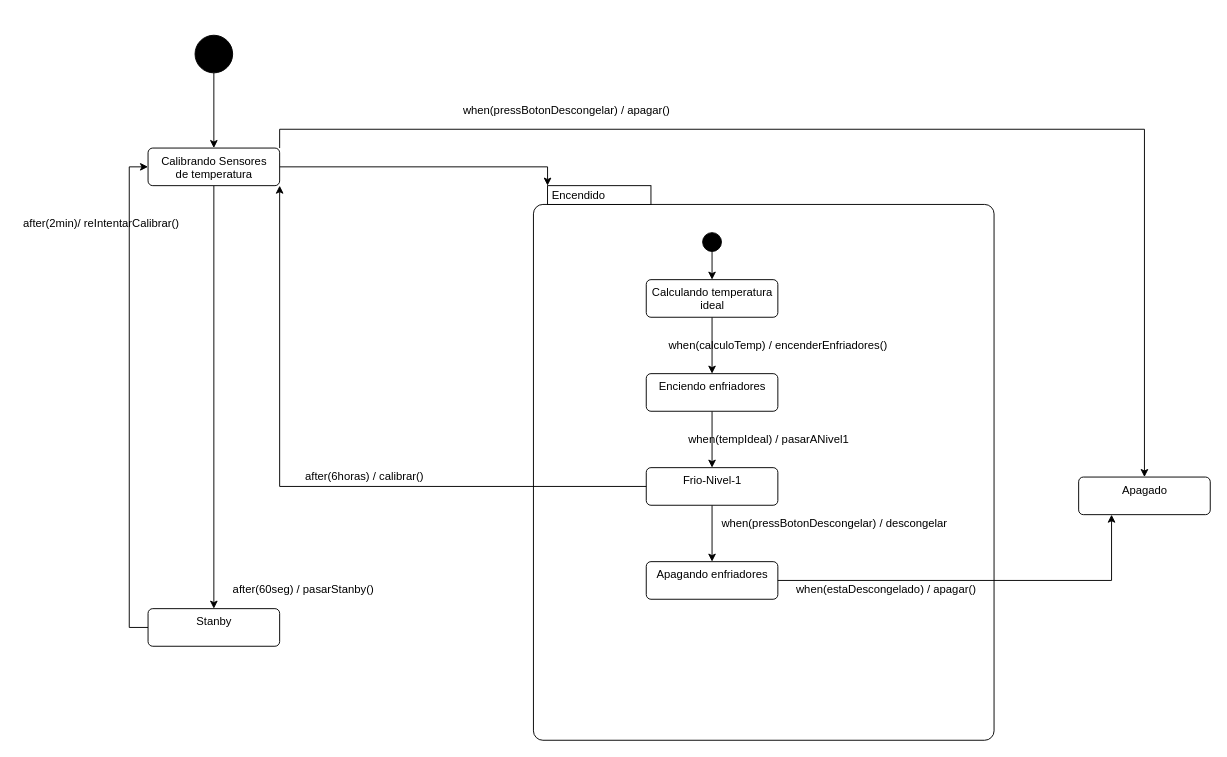
Above: FreezerInteligente.drawio in Luchit0-afk/Diagramas (draw.io), before the change. Source tidied: cells renumbered, new cells numbered last; positions are measured from the earlier drawing's top-left corner, leaving out a move shared by most shapes. Both pictures are drawn from the tidied source at 94%, with x=0, y=0 at pixel (16, 35).
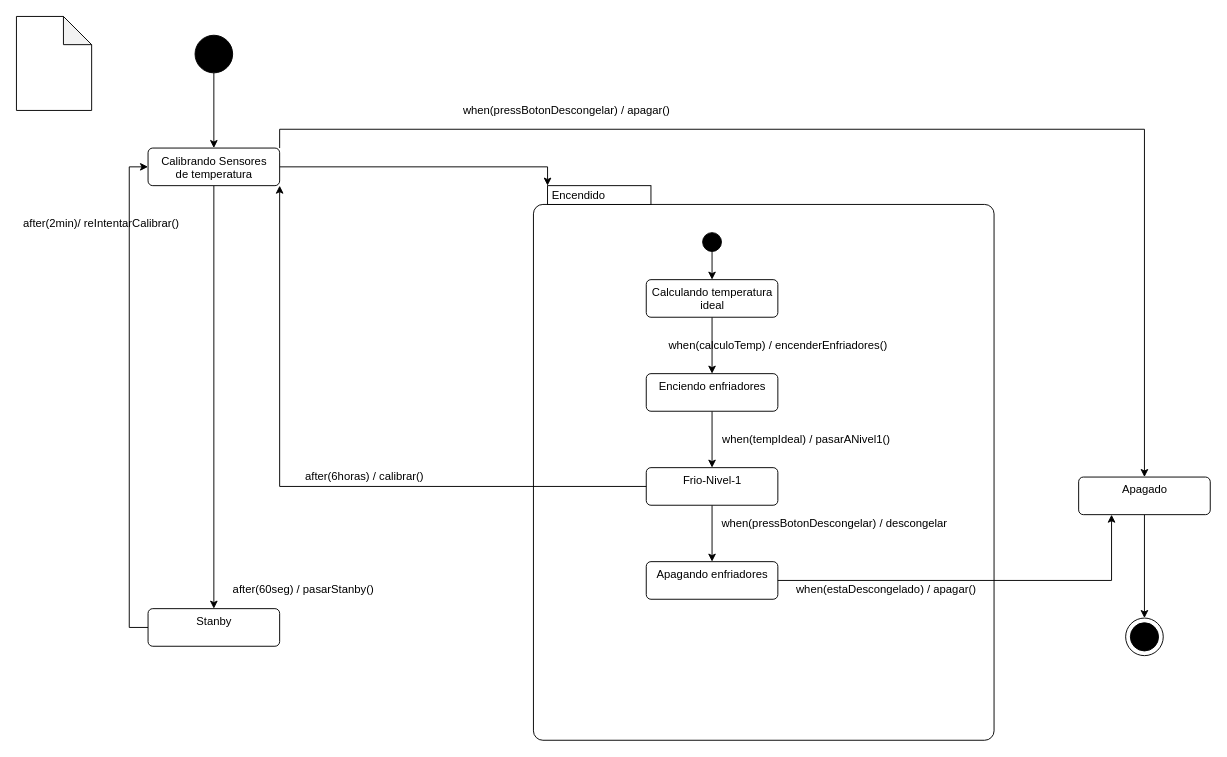
The same diagram, later.

Unchanged cells that the change refers to:
```xml
<mxCell id="12" value="Encendido" style="shape=mxgraph.sysml.compState;align=left;verticalAlign=top;spacingTop=-3;spacingLeft=18;strokeWidth=1;" parent="1" vertex="1">
  <mxGeometry x="550" y="160" width="490" height="590" as="geometry" />
</mxCell>
<mxCell id="26" value="Apagado" style="html=1;align=center;verticalAlign=top;rounded=1;absoluteArcSize=1;arcSize=10;dashed=0;" parent="1" vertex="1">
  <mxGeometry x="1130" y="470" width="140" height="40" as="geometry" />
</mxCell>
```

What changed in the source:
```diff
@@
-    <mxCell id="22" value="when(tempIdeal) / pasarANivel1" style="text;html=1;align=center;verticalAlign=middle;strokeColor=none;" parent="12" vertex="1">
-      <mxGeometry x="155" y="260" width="190" height="20" as="geometry" />
+    <mxCell id="22" value="when(tempIdeal) / pasarANivel1()" style="text;html=1;align=center;verticalAlign=middle;strokeColor=none;" parent="12" vertex="1">
+      <mxGeometry x="195" y="260" width="190" height="20" as="geometry" />
     </mxCell>
@@
+    <mxCell id="31" style="edgeStyle=orthogonalEdgeStyle;rounded=0;jettySize=auto;html=1;exitX=0.5;exitY=1;exitDx=0;exitDy=0;" parent="1" edge="1" source="26" target="32">
+      <mxGeometry relative="1" as="geometry" />
+    </mxCell>
@@
+    <mxCell id="32" style="shape=mxgraph.sysml.actFinal;html=1;verticalLabelPosition=bottom;labelBackgroundColor=#ffffff;verticalAlign=top;" parent="1" vertex="1">
+      <mxGeometry x="1180" y="620" width="40" height="40" as="geometry" />
+    </mxCell>
+    <mxCell id="33" style="shape=note;whiteSpace=wrap;html=1;backgroundOutline=1;darkOpacity=0.05;" parent="1" vertex="1">
+      <mxGeometry y="-20" width="80" height="100" as="geometry" />
+    </mxCell>
```
